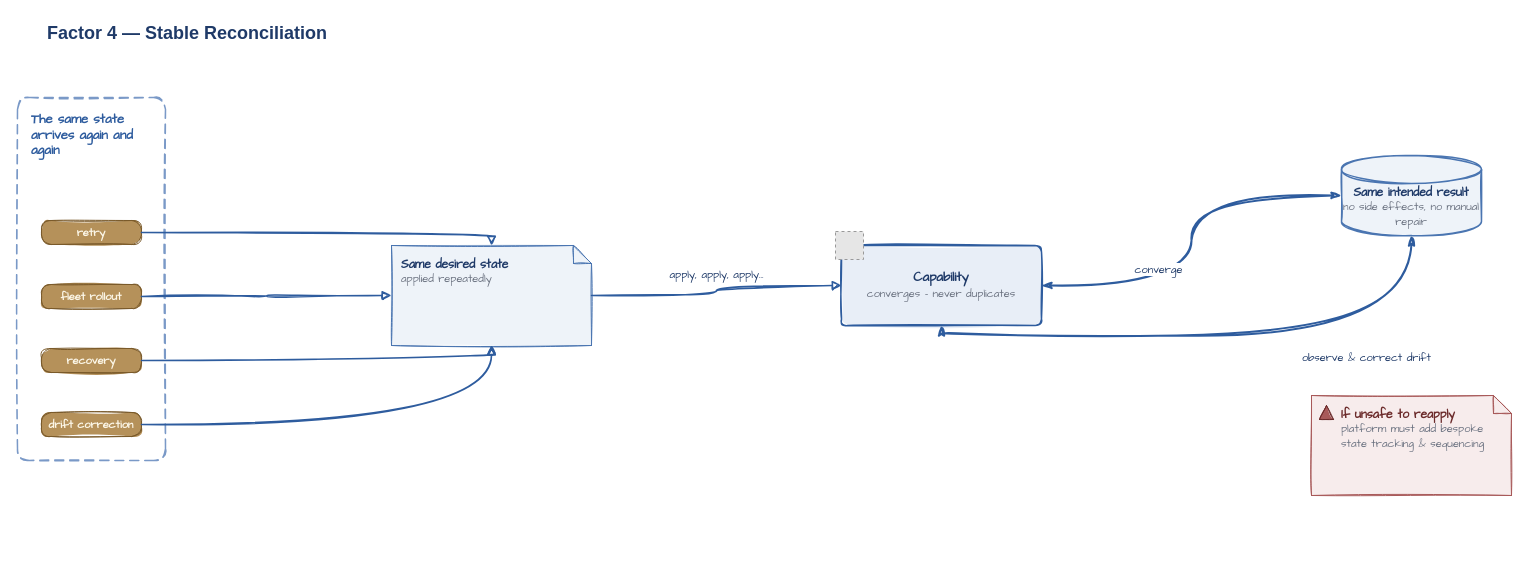
Before: diagrams/factor-4-stable-reconciliation.drawio in missBerg/platform-capabilities, a draw.io diagram. Source tidied: cells renumbered, new cells numbered last; positions are measured from the earlier drawing's top-left corner, leaving out a move shared by most shapes. Both pictures are drawn from the tidied source at 100%, with x=0, y=0 at pixel (17, 17). Pictures stored in the file or linked from it are replaced by grey dashed boxes.
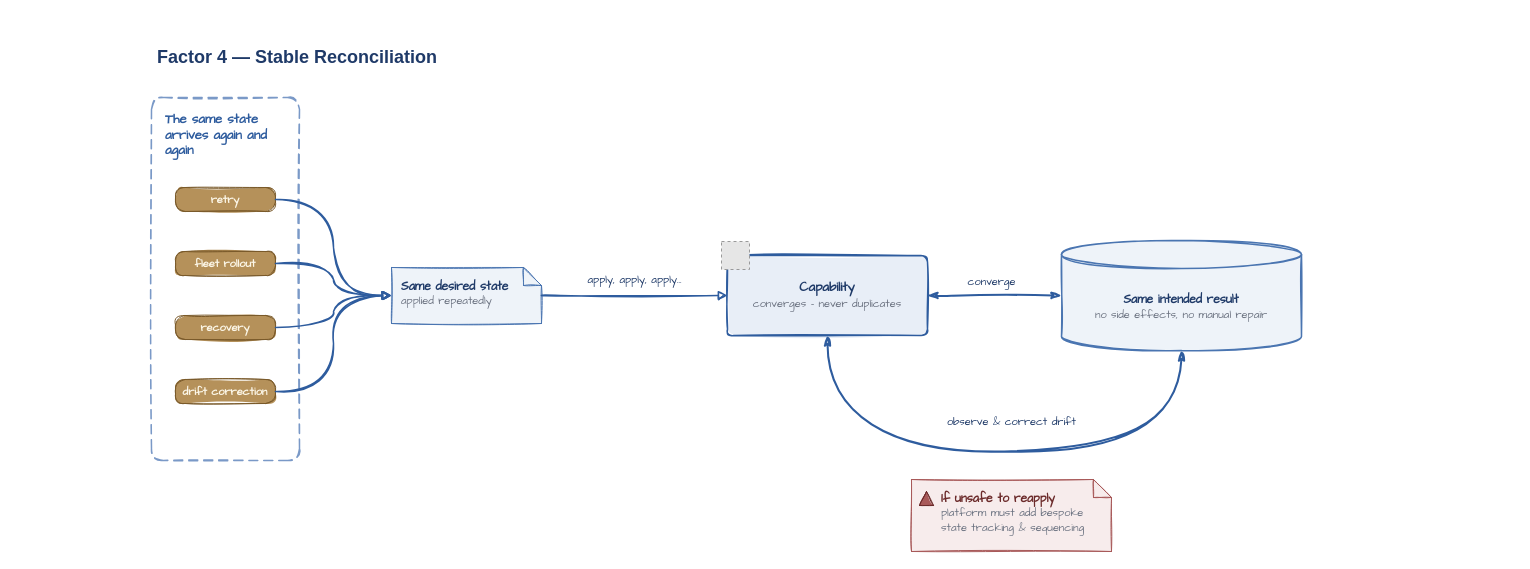
The same diagram, later.

Change to the diagram source:
```diff
@@
     <mxCell id="2" value="Factor 4 — Stable Reconciliation" style="text;html=1;align=left;verticalAlign=middle;whiteSpace=wrap;rounded=0;fontColor=#1F3A68;fontFamily=Helvetica;fontSize=18;fontStyle=1;spacingLeft=4;" parent="1" vertex="1">
-      <mxGeometry x="24" width="420" height="32" as="geometry" />
+      <mxGeometry x="134" y="24" width="420" height="32" as="geometry" />
     </mxCell>
     <mxCell id="3" value="&lt;b&gt;The same state arrives again and again&lt;/b&gt;" style="rounded=1;whiteSpace=wrap;html=1;arcSize=8;fillColor=none;strokeColor=#7A99C7;strokeWidth=1.5;fontColor=#2E5C9E;fontFamily=Comic Sans MS;fontSize=13;align=left;verticalAlign=top;dashed=1;dashPattern=6 4;spacingLeft=12;spacingTop=8;shadow=0;sketch=1;" parent="1" vertex="1">
-      <mxGeometry y="80" width="148" height="363" as="geometry" />
+      <mxGeometry x="134" y="80" width="148" height="363" as="geometry" />
     </mxCell>
     <mxCell id="4" value="retry" style="rounded=1;whiteSpace=wrap;html=1;arcSize=40;fillColor=#B5915A;strokeColor=#7A5A2A;strokeWidth=1;fontColor=#FCF7E8;fontFamily=Comic Sans MS;fontSize=11;fontStyle=1;align=center;verticalAlign=middle;shadow=0;sketch=1;fillStyle=solid;" parent="1" vertex="1">
-      <mxGeometry x="24" y="203" width="100" height="24" as="geometry" />
+      <mxGeometry x="158" y="170" width="100" height="24" as="geometry" />
     </mxCell>
     <mxCell id="5" value="fleet rollout" style="rounded=1;whiteSpace=wrap;html=1;arcSize=40;fillColor=#B5915A;strokeColor=#7A5A2A;strokeWidth=1;fontColor=#FCF7E8;fontFamily=Comic Sans MS;fontSize=11;fontStyle=1;align=center;verticalAlign=middle;shadow=0;sketch=1;fillStyle=solid;" parent="1" vertex="1">
-      <mxGeometry x="24" y="267" width="100" height="24" as="geometry" />
+      <mxGeometry x="158" y="234" width="100" height="24" as="geometry" />
     </mxCell>
     <mxCell id="6" value="recovery" style="rounded=1;whiteSpace=wrap;html=1;arcSize=40;fillColor=#B5915A;strokeColor=#7A5A2A;strokeWidth=1;fontColor=#FCF7E8;fontFamily=Comic Sans MS;fontSize=11;fontStyle=1;align=center;verticalAlign=middle;shadow=0;sketch=1;fillStyle=solid;" parent="1" vertex="1">
-      <mxGeometry x="24" y="331" width="100" height="24" as="geometry" />
+      <mxGeometry x="158" y="298" width="100" height="24" as="geometry" />
     </mxCell>
     <mxCell id="7" value="drift correction" style="rounded=1;whiteSpace=wrap;html=1;arcSize=40;fillColor=#B5915A;strokeColor=#7A5A2A;strokeWidth=1;fontColor=#FCF7E8;fontFamily=Comic Sans MS;fontSize=11;fontStyle=1;align=center;verticalAlign=middle;shadow=0;sketch=1;fillStyle=solid;" parent="1" vertex="1">
-      <mxGeometry x="24" y="395" width="100" height="24" as="geometry" />
+      <mxGeometry x="158" y="362" width="100" height="24" as="geometry" />
     </mxCell>
     <mxCell id="8" value="&lt;b&gt;Same desired state&lt;/b&gt;&lt;br&gt;&lt;font style=&quot;font-size: 11px&quot; color=&quot;#6B7280&quot;&gt;applied repeatedly&lt;/font&gt;" style="shape=note;whiteSpace=wrap;html=1;backgroundOutline=1;fillColor=#EEF3F9;strokeColor=#4A75B1;strokeWidth=1;fontColor=#1F3A68;fontFamily=Comic Sans MS;fontSize=12;align=left;verticalAlign=top;spacingLeft=8;spacingTop=6;spacingRight=8;shadow=0;size=18;sketch=1;fillStyle=solid;" parent="1" vertex="1">
-      <mxGeometry x="374" y="228" width="200" height="100" as="geometry" />
+      <mxGeometry x="374" y="250" width="150" height="56" as="geometry" />
     </mxCell>
     <mxCell id="9" value="&lt;b&gt;Capability&lt;/b&gt;&lt;br&gt;&lt;font style=&quot;font-size: 11px&quot; color=&quot;#6B7280&quot;&gt;converges - never duplicates&lt;/font&gt;" style="rounded=1;whiteSpace=wrap;html=1;arcSize=8;fillColor=#E8EEF7;strokeColor=#2E5C9E;strokeWidth=1.5;fontColor=#1F3A68;fontFamily=Comic Sans MS;fontSize=13;align=center;verticalAlign=middle;shadow=0;sketch=1;fillStyle=solid;" parent="1" vertex="1">
-      <mxGeometry x="824" y="228" width="200" height="80" as="geometry" />
+      <mxGeometry x="710" y="238" width="200" height="80" as="geometry" />
     </mxCell>
     <mxCell id="10" style="fillColor=#E6E6E6;strokeColor=#999999;dashed=1;verticalLabelPosition=bottom;verticalAlign=top;align=center;fontFamily=Comic Sans MS;fontSize=12;fontColor=#1F3A68;" parent="1" vertex="1">
-      <mxGeometry x="818" y="214" width="28" height="28" as="geometry" />
+      <mxGeometry x="704" y="224" width="28" height="28" as="geometry" />
     </mxCell>
     <mxCell id="11" value="&lt;b&gt;Same intended result&lt;/b&gt;&lt;br&gt;&lt;font style=&quot;font-size: 11px&quot; color=&quot;#6B7280&quot;&gt;no side effects, no manual repair&lt;/font&gt;" style="shape=cylinder3;boundedLbl=1;backgroundOutline=1;size=14;whiteSpace=wrap;html=1;fillColor=#EEF3F9;strokeColor=#4A75B1;strokeWidth=1.5;fontColor=#1F3A68;fontFamily=Comic Sans MS;fontSize=12;align=center;verticalAlign=middle;shadow=0;sketch=1;fillStyle=solid;" parent="1" vertex="1">
-      <mxGeometry x="1324" y="138" width="140" height="80" as="geometry" />
+      <mxGeometry x="1044" y="223" width="240" height="110" as="geometry" />
     </mxCell>
     <mxCell id="12" value="&lt;b&gt;If unsafe to reapply&lt;/b&gt;&lt;br&gt;&lt;font style=&quot;font-size: 11px&quot; color=&quot;#6B7280&quot;&gt;platform must add bespoke state tracking &amp;amp; sequencing&lt;/font&gt;" style="shape=note;whiteSpace=wrap;html=1;backgroundOutline=1;fillColor=#F7ECEC;strokeColor=#A85959;strokeWidth=1;fontColor=#6B2A2A;fontFamily=Comic Sans MS;fontSize=12;align=left;verticalAlign=top;spacingLeft=28;spacingTop=6;spacingRight=8;shadow=0;size=18;sketch=1;fillStyle=solid;" parent="1" vertex="1">
-      <mxGeometry x="1294" y="378" width="200" height="100" as="geometry" />
+      <mxGeometry x="894" y="462" width="200" height="72" as="geometry" />
     </mxCell>
     <mxCell id="13" style="shape=triangle;direction=north;fillColor=#A85959;strokeColor=#6B2A2A;html=1;shadow=0;sketch=1;fillStyle=solid;" parent="1" vertex="1">
-      <mxGeometry x="1302" y="388" width="14" height="14" as="geometry" />
+      <mxGeometry x="902" y="474" width="14" height="14" as="geometry" />
     </mxCell>
-    <mxCell id="14" style="edgeStyle=orthogonalEdgeStyle;endArrow=block;html=1;rounded=0;strokeColor=#2E5C9E;strokeWidth=1.5;fontColor=#1F3A68;fontFamily=Comic Sans MS;fontSize=11;endFill=1;sketch=1;sketch=1;curveFitting=1;jiggle=2;curved=1;" parent="1" edge="1" source="4" target="8">
+    <mxCell id="14" style="edgeStyle=orthogonalEdgeStyle;endArrow=block;html=1;rounded=0;strokeColor=#2E5C9E;strokeWidth=1.5;fontColor=#1F3A68;fontFamily=Comic Sans MS;fontSize=11;endFill=1;sketch=1;sketch=1;curveFitting=1;jiggle=2;curved=1;entryX=0;entryY=0.5;entryDx=0;entryDy=0;entryPerimeter=0;" parent="1" edge="1" source="4" target="8">
       <mxGeometry relative="1" as="geometry" />
     </mxCell>
@@
-    <mxCell id="16" style="edgeStyle=orthogonalEdgeStyle;endArrow=block;html=1;rounded=0;strokeColor=#2E5C9E;strokeWidth=1.5;fontColor=#1F3A68;fontFamily=Comic Sans MS;fontSize=11;endFill=1;sketch=1;sketch=1;curveFitting=1;jiggle=2;curved=1;" parent="1" edge="1" source="6" target="8">
+    <mxCell id="16" style="edgeStyle=orthogonalEdgeStyle;endArrow=block;html=1;rounded=0;strokeColor=#2E5C9E;strokeWidth=1.5;fontColor=#1F3A68;fontFamily=Comic Sans MS;fontSize=11;endFill=1;sketch=1;sketch=1;curveFitting=1;jiggle=2;curved=1;entryX=0;entryY=0.5;entryDx=0;entryDy=0;entryPerimeter=0;" parent="1" edge="1" source="6" target="8">
       <mxGeometry relative="1" as="geometry" />
     </mxCell>
-    <mxCell id="17" style="edgeStyle=orthogonalEdgeStyle;endArrow=block;html=1;rounded=0;strokeColor=#2E5C9E;strokeWidth=1.5;fontColor=#1F3A68;fontFamily=Comic Sans MS;fontSize=11;endFill=1;sketch=1;sketch=1;curveFitting=1;jiggle=2;curved=1;" parent="1" edge="1" source="7" target="8">
+    <mxCell id="17" style="edgeStyle=orthogonalEdgeStyle;endArrow=block;html=1;rounded=0;strokeColor=#2E5C9E;strokeWidth=1.5;fontColor=#1F3A68;fontFamily=Comic Sans MS;fontSize=11;endFill=1;sketch=1;sketch=1;curveFitting=1;jiggle=2;curved=1;entryX=0;entryY=0.5;entryDx=0;entryDy=0;entryPerimeter=0;" parent="1" edge="1" source="7" target="8">
       <mxGeometry relative="1" as="geometry" />
     </mxCell>
@@
     <mxCell id="19" value="converge" style="edgeStyle=orthogonalEdgeStyle;endArrow=classicThin;startArrow=classicThin;html=1;curved=1;rounded=0;strokeColor=#2E5C9E;strokeWidth=2;fontColor=#1F3A68;fontFamily=Comic Sans MS;fontSize=11;sketch=1;sketch=1;curveFitting=1;jiggle=2;curved=1;exitX=1;exitY=0.5;exitDx=0;exitDy=0;entryX=0;entryY=0.5;entryDx=0;entryDy=0;" parent="1" edge="1" source="9" target="11">
-      <mxGeometry x="-0.4" relative="1" as="geometry">
-        <mxPoint y="-16" as="offset" />
-      </mxGeometry>
+      <mxGeometry x="-0.04" y="14" relative="1" as="geometry" />
     </mxCell>
     <mxCell id="20" value="observe &amp;amp; correct drift" style="edgeStyle=orthogonalEdgeStyle;endArrow=classicThin;startArrow=classicThin;html=1;curved=1;rounded=0;strokeColor=#2E5C9E;strokeWidth=2;fontColor=#1F3A68;fontFamily=Comic Sans MS;fontSize=11;sketch=1;sketch=1;curveFitting=1;jiggle=2;curved=1;exitX=0.5;exitY=1;exitDx=0;exitDy=0;entryX=0.5;entryY=1;entryDx=0;entryDy=0;" parent="1" edge="1" source="11" target="9">
-      <mxGeometry x="-0.5" relative="1" as="geometry">
-        <mxPoint y="22" as="offset" />
+      <mxGeometry x="-0.05" y="-30" relative="1" as="geometry">
+        <Array as="points">
+          <mxPoint x="1164" y="434" />
+          <mxPoint x="810" y="434" />
+        </Array>
       </mxGeometry>
     </mxCell>
```
